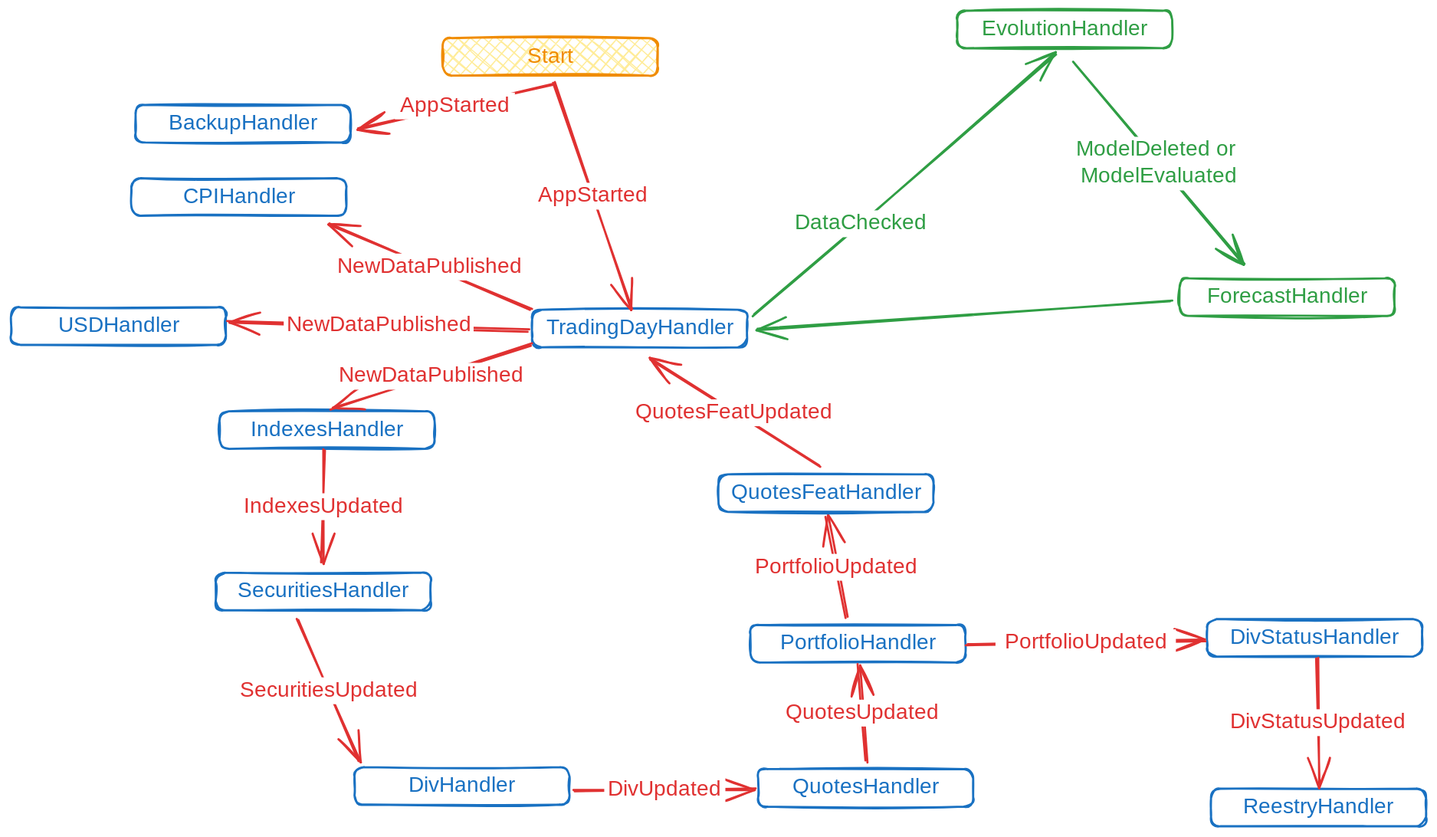
This is docs/.excalidraw.svg from WLM1ke/poptimizer, a Excalidraw export, as it was before one commit. Source tidied: one line per element, renumbered; positions are measured from the earlier drawing's top-left corner, leaving out a move shared by most shapes.
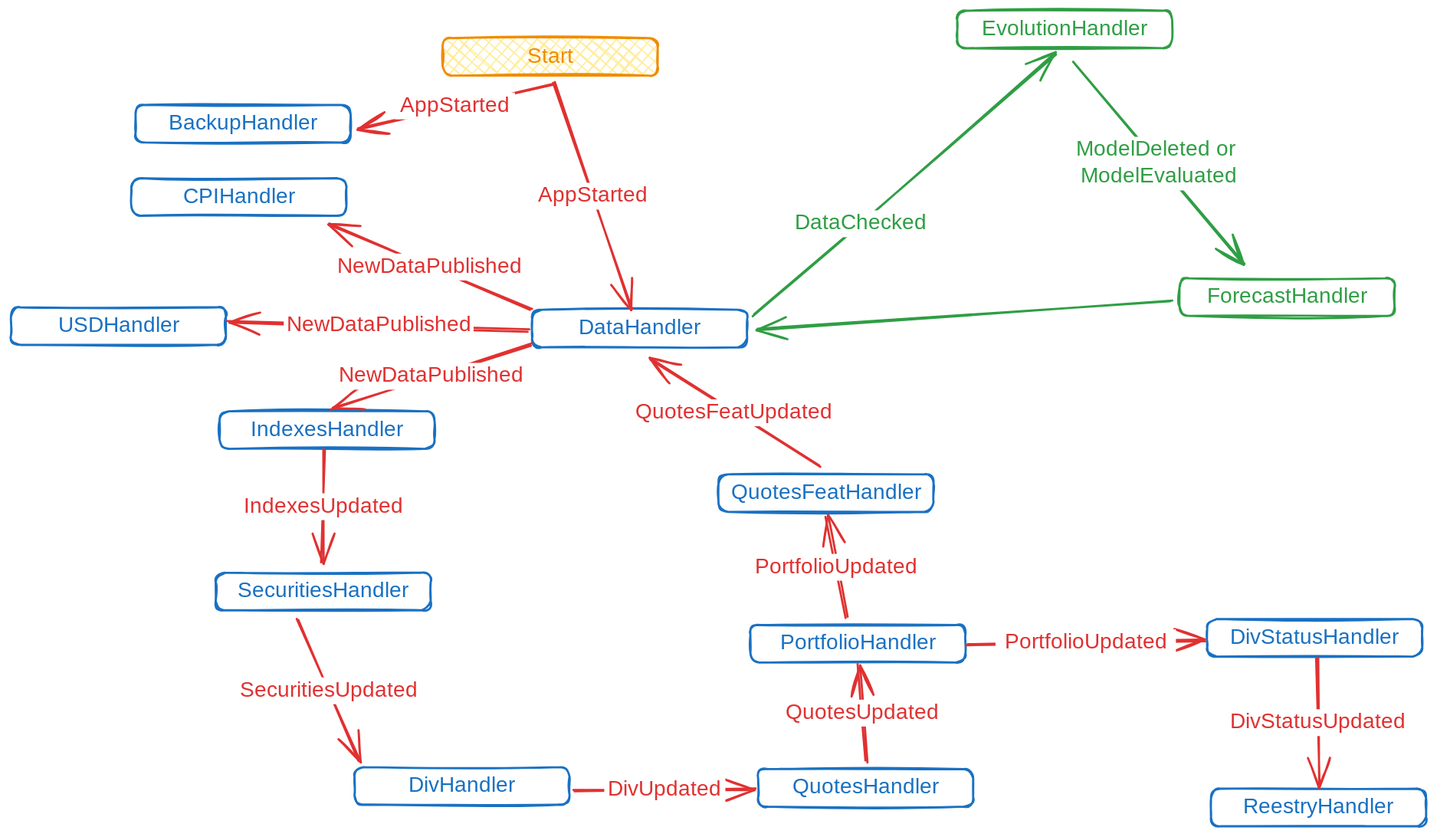
Later version of the same file.

Diff of the diagram source:
```diff
@@ -1,5 +1,5 @@
 {"id": 0, "type": "rectangle", "strokeColor": "#1971c2", "strokeWidth": 2, "roughness": 1, "round": true, "x": 486, "y": 279, "width": 200, "height": 35}
-{"id": 1, "type": "text", "text": "TradingDayHandler", "strokeColor": "#1971c2", "strokeWidth": 2, "roughness": 1, "fontSize": 20, "fontFamily": 1, "textAlign": "center", "verticalAlign": "middle", "inside": 0, "x": 496, "y": 284, "width": 181, "height": 25}
+{"id": 1, "type": "text", "text": "DataHandler", "strokeColor": "#1971c2", "strokeWidth": 2, "roughness": 1, "fontSize": 20, "fontFamily": 1, "textAlign": "center", "verticalAlign": "middle", "inside": 0, "x": 524, "y": 284, "width": 123, "height": 25}
 {"id": 2, "type": "rectangle", "strokeColor": "#2f9e44", "strokeWidth": 2, "roughness": 1, "round": true, "x": 882, "y": 0, "width": 200, "height": 35}
 {"id": 3, "type": "text", "text": "EvolutionHandler", "strokeColor": "#2f9e44", "strokeWidth": 2, "roughness": 1, "fontSize": 20, "fontFamily": 1, "textAlign": "center", "verticalAlign": "middle", "inside": 2, "x": 904, "y": 5, "width": 158, "height": 25}
 {"id": 4, "type": "arrow", "strokeColor": "#2f9e44", "strokeWidth": 2, "roughness": 1, "endArrowhead": "arrow", "round": true, "from": 0, "to": 2, "x": 693, "y": 284, "width": 280, "height": 243, "points": [[0, 0], [99, -85], [280, -243]]}
```
